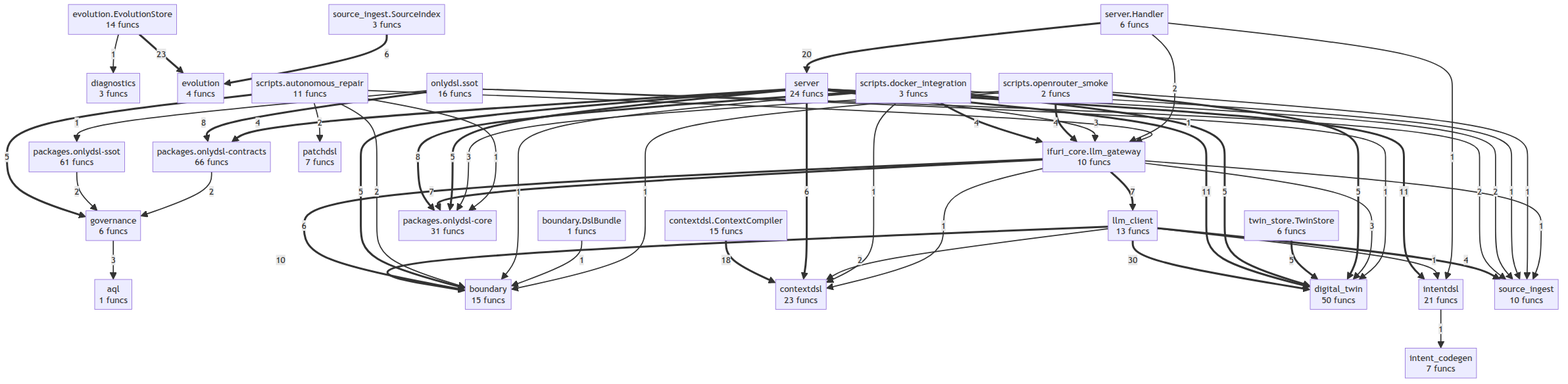
tom-sapletta-com/onlyDSL keeps this Mermaid diagram as project/compact_flow.png. Above is the earlier version. Its source is kept beside it as project/compact_flow.mmd.
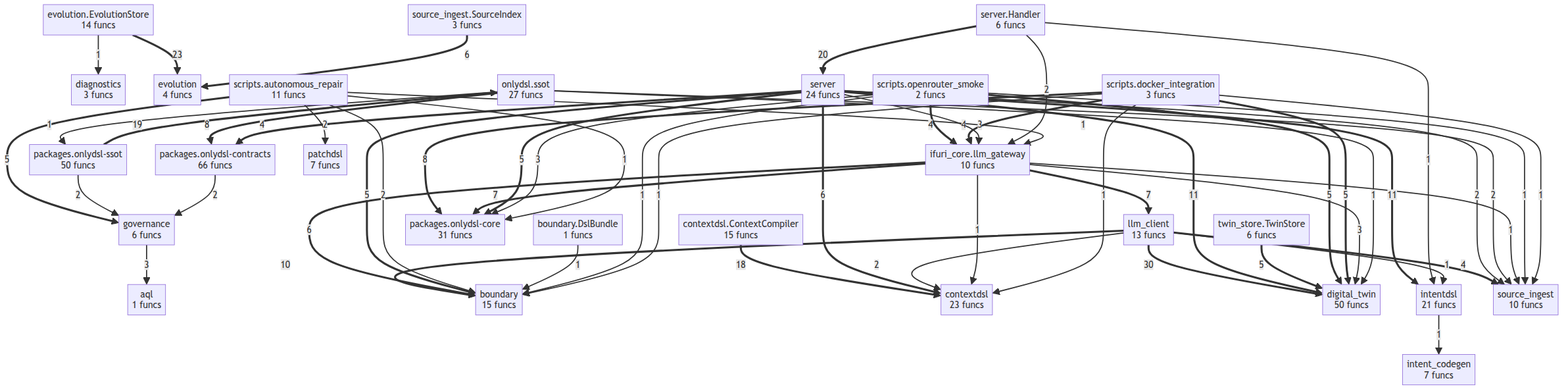
Above is the later version.

The edit, as a diff of the source:
```diff
@@ -13,10 +13,10 @@
     intent_codegen["intent_codegen<br/>7 funcs"]
     intentdsl["intentdsl<br/>21 funcs"]
     llm_client["llm_client<br/>13 funcs"]
-    onlydsl__ssot["onlydsl.ssot<br/>16 funcs"]
+    onlydsl__ssot["onlydsl.ssot<br/>27 funcs"]
     packages__onlydsl_contracts["packages.onlydsl-contracts<br/>66 funcs"]
     packages__onlydsl_core["packages.onlydsl-core<br/>31 funcs"]
-    packages__onlydsl_ssot["packages.onlydsl-ssot<br/>61 funcs"]
+    packages__onlydsl_ssot["packages.onlydsl-ssot<br/>50 funcs"]
     patchdsl["patchdsl<br/>7 funcs"]
     scripts__autonomous_repair["scripts.autonomous_repair<br/>11 funcs"]
     scripts__docker_integration["scripts.docker_integration<br/>3 funcs"]
@@ -29,52 +29,53 @@
     llm_client ==>|30| digital_twin
     evolution__EvolutionStore ==>|23| evolution
     server__Handler ==>|20| server
+    packages__onlydsl_ssot ==>|19| onlydsl__ssot
     contextdsl__ContextCompiler ==>|18| contextdsl
     server ==>|11| intentdsl
     server ==>|11| digital_twin
     llm_client ==>|10| boundary
+    onlydsl__ssot ==>|8| packages__onlydsl_contracts
     scripts__docker_integration ==>|8| packages__onlydsl_core
-    onlydsl__ssot ==>|8| packages__onlydsl_contracts
     ifuri_core__llm_gateway ==>|7| packages__onlydsl_core
     ifuri_core__llm_gateway ==>|7| llm_client
     server ==>|6| contextdsl
     source_ingest__SourceIndex ==>|6| evolution
     ifuri_core__llm_gateway ==>|6| boundary
-    scripts__docker_integration ==>|5| digital_twin
-    twin_store__TwinStore ==>|5| digital_twin
-    scripts__autonomous_repair ==>|5| governance
-    scripts__openrouter_smoke ==>|5| digital_twin
     server ==>|5| packages__onlydsl_core
     server ==>|5| boundary
+    twin_store__TwinStore ==>|5| digital_twin
+    scripts__openrouter_smoke ==>|5| digital_twin
+    scripts__docker_integration ==>|5| digital_twin
+    scripts__autonomous_repair ==>|5| governance
+    server ==>|4| packages__onlydsl_contracts
+    llm_client ==>|4| source_ingest
+    scripts__openrouter_smoke ==>|4| ifuri_core__llm_gateway
     scripts__docker_integration ==>|4| ifuri_core__llm_gateway
-    scripts__openrouter_smoke ==>|4| ifuri_core__llm_gateway
-    llm_client ==>|4| source_ingest
-    server ==>|4| packages__onlydsl_contracts
+    server -->|3| ifuri_core__llm_gateway
     governance -->|3| aql
+    ifuri_core__llm_gateway -->|3| digital_twin
     scripts__openrouter_smoke -->|3| packages__onlydsl_core
-    server -->|3| ifuri_core__llm_gateway
-    ifuri_core__llm_gateway -->|3| digital_twin
+    server -->|2| source_ingest
+    server__Handler -->|2| ifuri_core__llm_gateway
+    llm_client -->|2| contextdsl
     packages__onlydsl_ssot -->|2| governance
+    packages__onlydsl_contracts -->|2| governance
+    onlydsl__ssot -->|2| source_ingest
     scripts__autonomous_repair -->|2| boundary
     scripts__autonomous_repair -->|2| patchdsl
-    packages__onlydsl_contracts -->|2| governance
-    llm_client -->|2| contextdsl
-    onlydsl__ssot -->|2| source_ingest
-    server -->|2| source_ingest
-    server__Handler -->|2| ifuri_core__llm_gateway
     evolution__EvolutionStore -->|1| diagnostics
+    server__Handler -->|1| intentdsl
+    llm_client -->|1| intentdsl
+    intentdsl -->|1| intent_codegen
+    boundary__DslBundle -->|1| boundary
+    ifuri_core__llm_gateway -->|1| contextdsl
+    ifuri_core__llm_gateway -->|1| source_ingest
+    onlydsl__ssot -->|1| digital_twin
+    onlydsl__ssot -->|1| packages__onlydsl_ssot
+    scripts__openrouter_smoke -->|1| source_ingest
+    scripts__openrouter_smoke -->|1| boundary
     scripts__docker_integration -->|1| boundary
     scripts__docker_integration -->|1| contextdsl
     scripts__docker_integration -->|1| source_ingest
     scripts__autonomous_repair -->|1| ifuri_core__llm_gateway
     scripts__autonomous_repair -->|1| packages__onlydsl_core
-    boundary__DslBundle -->|1| boundary
-    scripts__openrouter_smoke -->|1| source_ingest
-    scripts__openrouter_smoke -->|1| boundary
-    llm_client -->|1| intentdsl
-    onlydsl__ssot -->|1| digital_twin
-    onlydsl__ssot -->|1| packages__onlydsl_ssot
-    server__Handler -->|1| intentdsl
-    intentdsl -->|1| intent_codegen
-    ifuri_core__llm_gateway -->|1| contextdsl
-    ifuri_core__llm_gateway -->|1| source_ingest
```
